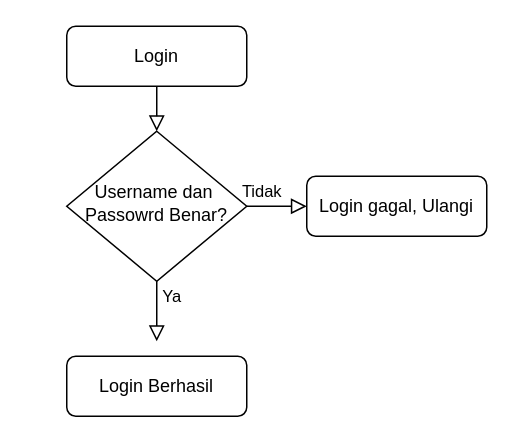
This is Untitled Diagram.drawio from aththariq/TugasBesarFIX, a draw.io file, before an edit. Source tidied: cells renumbered, new cells numbered last; positions are measured from the earlier drawing's top-left corner, leaving out a move shared by most shapes. Both pictures are drawn from the tidied source at 150%, with x=0, y=0 at pixel (66, 26).
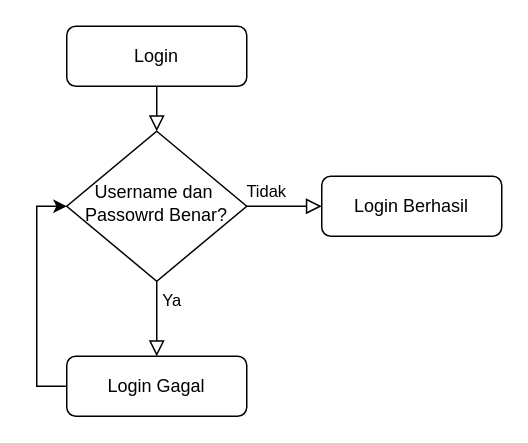
The same page after the edit.

The edit, as a diff of the source:
```diff
@@
 <mxGraphModel>
   <root>
     <mxCell id="0" />
     <mxCell id="1" parent="0" />
     <mxCell id="2" style="rounded=0;html=1;jettySize=auto;fontSize=11;endArrow=block;endFill=0;endSize=8;strokeWidth=1;shadow=0;labelBackgroundColor=none;edgeStyle=orthogonalEdgeStyle;" parent="1" edge="1" source="3" target="6">
       <mxGeometry relative="1" as="geometry" />
     </mxCell>
     <mxCell id="3" value="Login" style="rounded=1;whiteSpace=wrap;html=1;fontSize=12;glass=0;strokeWidth=1;shadow=0;" parent="1" vertex="1">
       <mxGeometry width="120" height="40" as="geometry" />
     </mxCell>
-    <mxCell id="4" value="Ya" style="rounded=0;html=1;jettySize=auto;fontSize=11;endArrow=block;endFill=0;endSize=8;strokeWidth=1;shadow=0;labelBackgroundColor=none;edgeStyle=orthogonalEdgeStyle;" parent="1" edge="1" source="6">
-      <mxGeometry x="-0.5" y="10" relative="1" as="geometry">
-        <mxPoint x="60" y="210" as="targetPoint" />
-      </mxGeometry>
+    <mxCell id="4" value="Ya" style="rounded=0;html=1;jettySize=auto;fontSize=11;endArrow=block;endFill=0;endSize=8;strokeWidth=1;shadow=0;labelBackgroundColor=none;edgeStyle=orthogonalEdgeStyle;entryX=0.5;entryY=0;entryDx=0;entryDy=0;" parent="1" edge="1" source="6" target="8">
+      <mxGeometry x="-0.5" y="10" relative="1" as="geometry" />
     </mxCell>
     <mxCell id="5" value="Tidak" style="edgeStyle=orthogonalEdgeStyle;rounded=0;html=1;jettySize=auto;fontSize=11;endArrow=block;endFill=0;endSize=8;strokeWidth=1;shadow=0;labelBackgroundColor=none;" parent="1" edge="1" source="6" target="7">
       <mxGeometry x="-0.5" y="10" relative="1" as="geometry" />
     </mxCell>
     <mxCell id="6" value="Username dan&amp;nbsp;&lt;br&gt;Passowrd Benar?" style="rhombus;whiteSpace=wrap;html=1;shadow=0;fontFamily=Helvetica;fontSize=12;align=center;strokeWidth=1;spacing=6;spacingTop=-4;" parent="1" vertex="1">
       <mxGeometry y="70" width="120" height="100" as="geometry" />
     </mxCell>
-    <mxCell id="7" value="Login gagal, Ulangi" style="rounded=1;whiteSpace=wrap;html=1;fontSize=12;glass=0;strokeWidth=1;shadow=0;" parent="1" vertex="1">
-      <mxGeometry x="160" y="100" width="120" height="40" as="geometry" />
+    <mxCell id="7" value="Login Berhasil" style="rounded=1;whiteSpace=wrap;html=1;fontSize=12;glass=0;strokeWidth=1;shadow=0;" parent="1" vertex="1">
+      <mxGeometry x="170" y="100" width="120" height="40" as="geometry" />
     </mxCell>
+    <mxCell id="9" style="edgeStyle=orthogonalEdgeStyle;rounded=0;jettySize=auto;html=1;exitX=0;exitY=0.5;exitDx=0;exitDy=0;entryX=0;entryY=0.5;entryDx=0;entryDy=0;" parent="1" edge="1" source="8" target="6">
+      <mxGeometry relative="1" as="geometry" />
+    </mxCell>
-    <mxCell id="8" value="Login Berhasil" style="rounded=1;whiteSpace=wrap;html=1;fontSize=12;glass=0;strokeWidth=1;shadow=0;" parent="1" vertex="1">
+    <mxCell id="8" value="Login Gagal" style="rounded=1;whiteSpace=wrap;html=1;fontSize=12;glass=0;strokeWidth=1;shadow=0;" parent="1" vertex="1">
       <mxGeometry y="220" width="120" height="40" as="geometry" />
     </mxCell>
   </root>
 </mxGraphModel>
```
